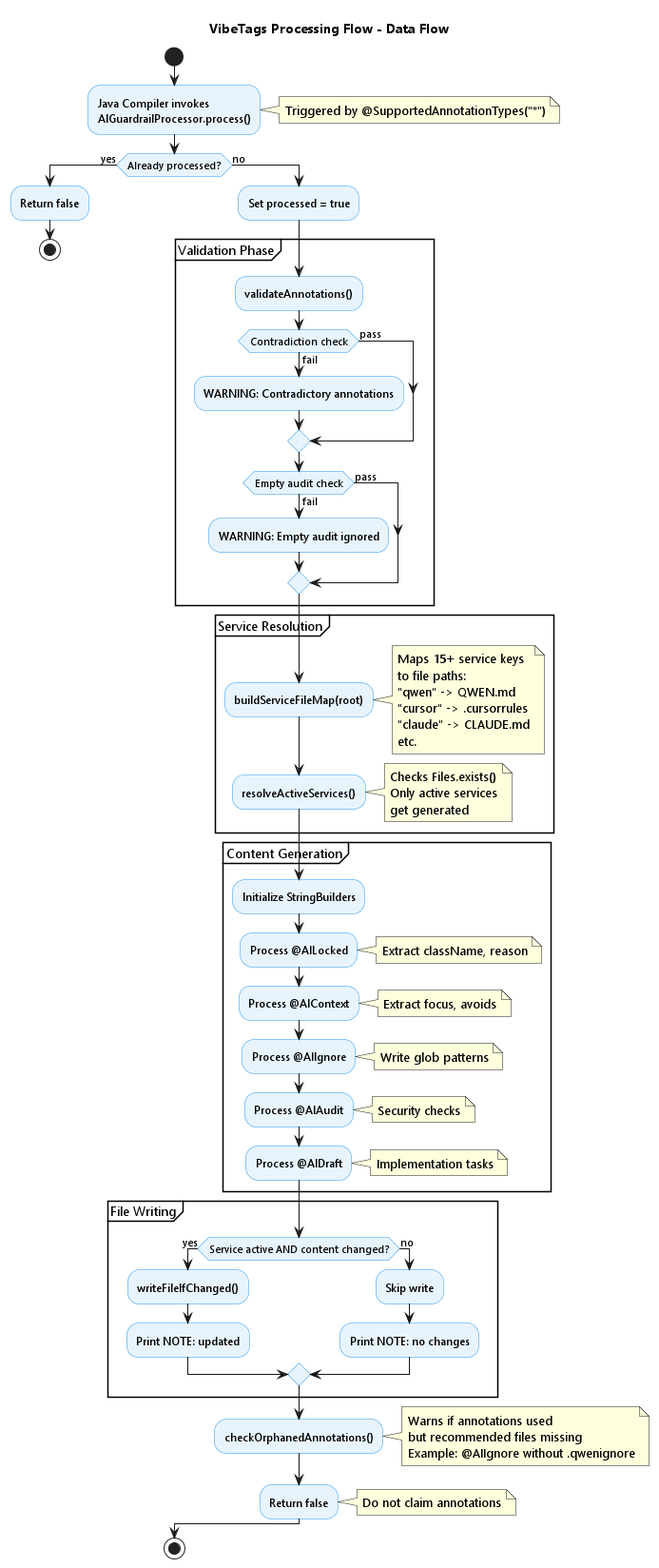
PIsberg/vibetags keeps this PlantUML diagram as docs/diagrams/data-flow.png. Above is the earlier version.
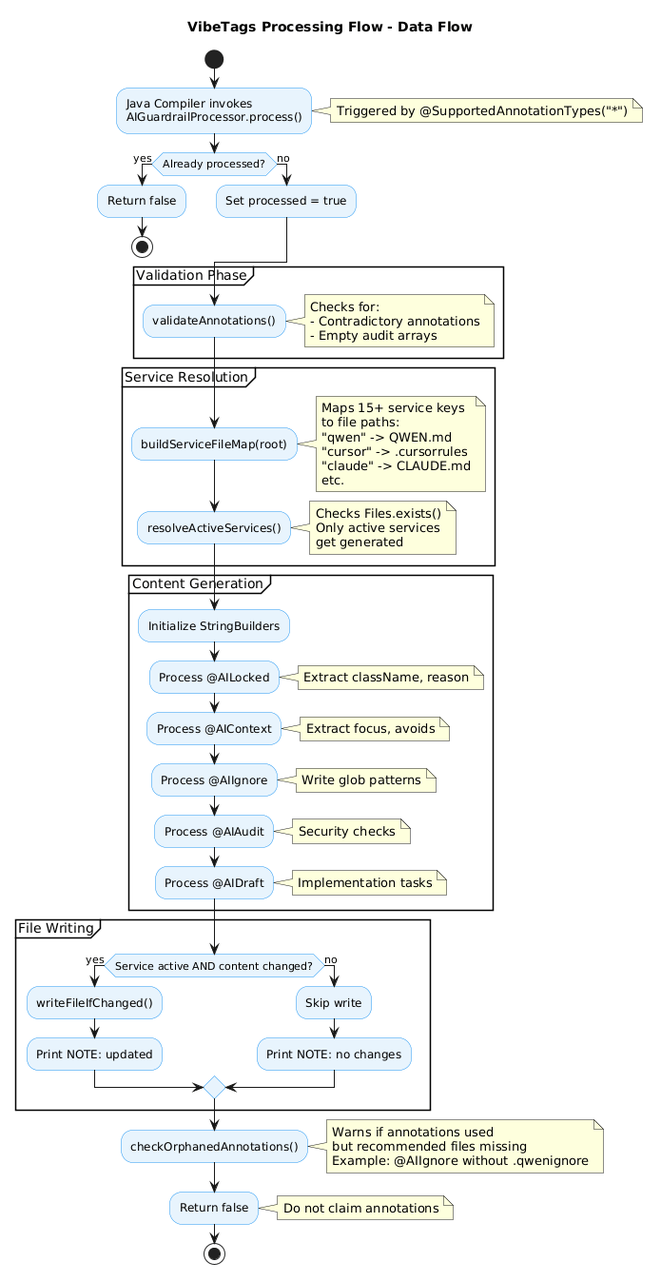
The same diagram one commit later.

Change to the diagram source:
```diff
@@ -19,74 +19,69 @@
   stop
 else (no)
   :Set processed = true;
+endif
 
-  partition "Validation Phase" {
-    :validateAnnotations();
-    if (Contradiction check) then (fail)
-      :WARNING: Contradictory annotations;
-    else (pass)
-    endif
-    if (Empty audit check) then (fail)
-      :WARNING: Empty audit ignored;
-    else (pass)
-    endif
-  }
+partition "Validation Phase" {
+  :validateAnnotations();
+  note right
+    Checks for:
+    - Contradictory annotations
+    - Empty audit arrays
+  end note
+}
 
-  partition "Service Resolution" {
-    :buildServiceFileMap(root);
-    note right
-      Maps 15+ service keys
-      to file paths:
-      "qwen" -> QWEN.md
-      "cursor" -> .cursorrules
-      "claude" -> CLAUDE.md
-      etc.
-    end note
-
-    :resolveActiveServices();
-    note right
-      Checks Files.exists()
-      Only active services
-      get generated
-    end note
-  }
-
-  partition "Content Generation" {
-    :Initialize StringBuilders;
-
-    :Process @AILocked;
-    note right: Extract className, reason
-    :Process @AIContext;
-    note right: Extract focus, avoids
-    :Process @AIIgnore;
-    note right: Write glob patterns
-    :Process @AIAudit;
-    note right: Security checks
-    :Process @AIDraft;
-    note right: Implementation tasks
-  }
-
-  partition "File Writing" {
-    if (Service active AND content changed?) then (yes)
-      :writeFileIfChanged();
-      :Print NOTE: updated;
-    else (no)
-      :Skip write;
-      :Print NOTE: no changes;
-    endif
-  }
-
-  :checkOrphanedAnnotations();
+partition "Service Resolution" {
+  :buildServiceFileMap(root);
   note right
-    Warns if annotations used
-    but recommended files missing
-    Example: @AIIgnore without .qwenignore
+    Maps 15+ service keys
+    to file paths:
+    "qwen" -> QWEN.md
+    "cursor" -> .cursorrules
+    "claude" -> CLAUDE.md
+    etc.
   end note
 
-  :Return false;
-  note right: Do not claim annotations
-endif
+  :resolveActiveServices();
+  note right
+    Checks Files.exists()
+    Only active services
+    get generated
+  end note
+}
+
+partition "Content Generation" {
+  :Initialize StringBuilders;
+  :Process @AILocked;
+  note right: Extract className, reason
+  :Process @AIContext;
+  note right: Extract focus, avoids
+  :Process @AIIgnore;
+  note right: Write glob patterns
+  :Process @AIAudit;
+  note right: Security checks
+  :Process @AIDraft;
+  note right: Implementation tasks
+}
+
+partition "File Writing" {
+  if (Service active AND content changed?) then (yes)
+    :writeFileIfChanged();
+    :Print NOTE: updated;
+  else (no)
+    :Skip write;
+    :Print NOTE: no changes;
+  endif
+}
+
+:checkOrphanedAnnotations();
+note right
+  Warns if annotations used
+  but recommended files missing
+  Example: @AIIgnore without .qwenignore
+end note
+
+:Return false;
+note right: Do not claim annotations
 
 stop
-
 @enduml
```
